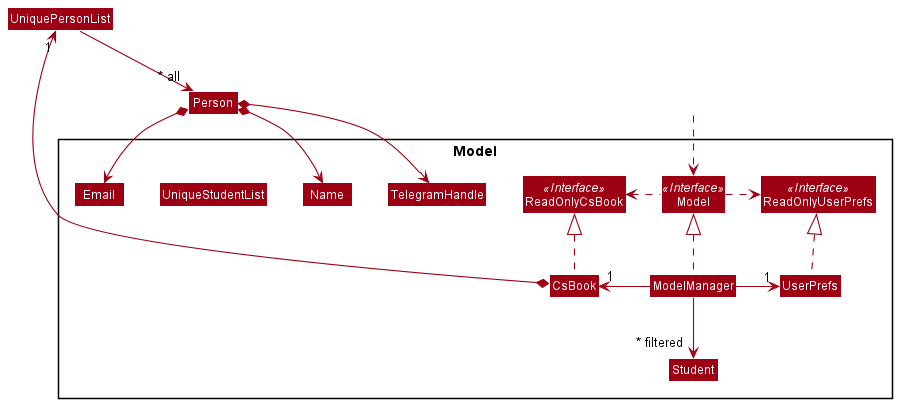
Earlier version of the PlantUML export docs/images/ModelClassDiagram.png (nus-cs2103-AY2122S1/tp).
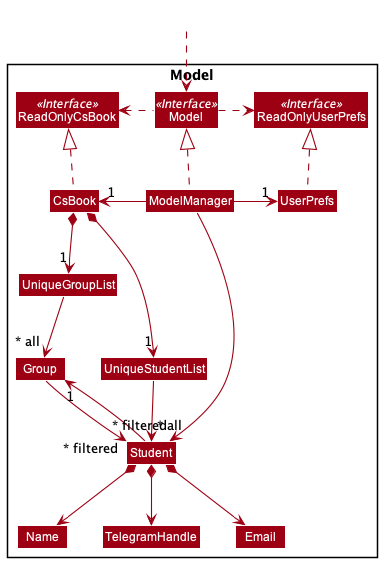
After the commit.

The edit, as a diff of the source:
```diff
@@ -15,13 +15,13 @@
 Class UserPrefs
 Class ReadOnlyUserPrefs
 
-
+Class UniqueGroupList
+Class Group
 Class UniqueStudentList
 Class Student
 Class Email
 Class Name
 Class TelegramHandle
-
 }
 
 Class HiddenOutside #FFFFFF
@@ -36,13 +36,17 @@
 ModelManager -right-> "1" UserPrefs
 UserPrefs .up.|> ReadOnlyUserPrefs
 
-CsBook *--> "1" UniquePersonList
-UniquePersonList --> "~* all" Person
-Person *--> Name
-Person *--> TelegramHandle
-Person *--> Email
+CsBook *--> "1" UniqueStudentList
+CsBook *--> "1" UniqueGroupList
+UniqueStudentList --> "~* all" Student
+UniqueGroupList --> "~* all" Group
+Group --> "~* filtered" Student
+Student -up-> "1" Group
+Student *--> Name
+Student *--> TelegramHandle
+Student *--> Email
 
 Name -[hidden]right-> TelegramHandle
 
-ModelManager -->"~* filtered" Student
+ModelManager ---->"~* filtered" Student
 @enduml
```
